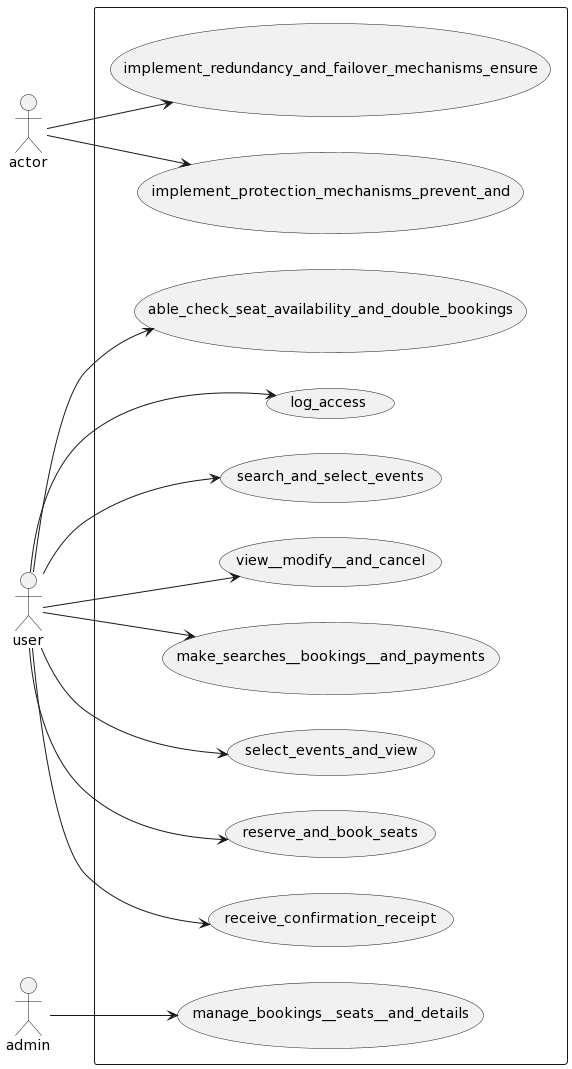
Earlier version of the PlantUML export uml_converter/app/templates/puml.png (ashwinkrishna979/uml_generator).
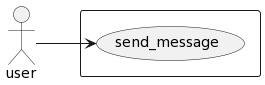
Above is the later version.

What changed in the source:
```diff
@@ -1,30 +1,8 @@
 @startuml
 left to right direction
-actor actor as f0
-actor user as f1
-actor admin as f2
+actor user as f0
 rectangle {
-usecase log_access as u0
-usecase search_and_select_events as u1
-usecase view__modify__and_cancel as u2
-usecase manage_bookings__seats__and_details as u3
-usecase make_searches__bookings__and_payments as u4
-usecase select_events_and_view as u5
-usecase reserve_and_book_seats as u6
-usecase receive_confirmation_receipt as u7
-usecase able_check_seat_availability_and_double_bookings as u8
-usecase implement_protection_mechanisms_prevent_and as u9
-usecase implement_redundancy_and_failover_mechanisms_ensure as u10
+usecase send_message as u0
 }
-f1 --> u0
-f1 --> u1
-f1 --> u5
-f1 --> u6
-f1 --> u8
-f1 --> u7
-f1 --> u2
-f2 --> u3
-f1 --> u4
-f0 --> u9
-f0 --> u10
+f0 --> u0
 @enduml
```
